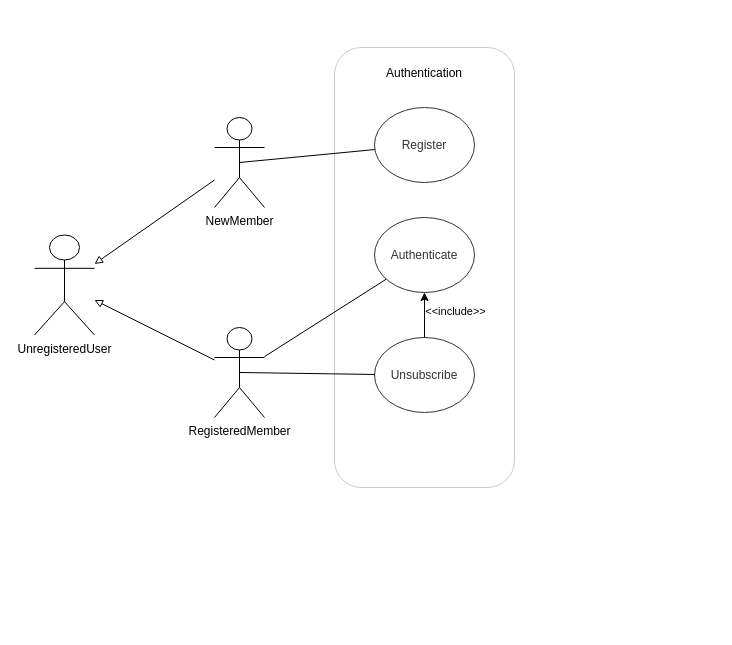
kunder93/cxn_back keeps this draw.io diagram as doc/Diagrams/CaseUse/Authentication.drawio. Above is the earlier version. Source tidied: cells renumbered, new cells numbered last; positions are measured from the earlier drawing's top-left corner, leaving out a move shared by most shapes. Both pictures are drawn from the tidied source at 100%, with x=0, y=0 at pixel (34, 47).
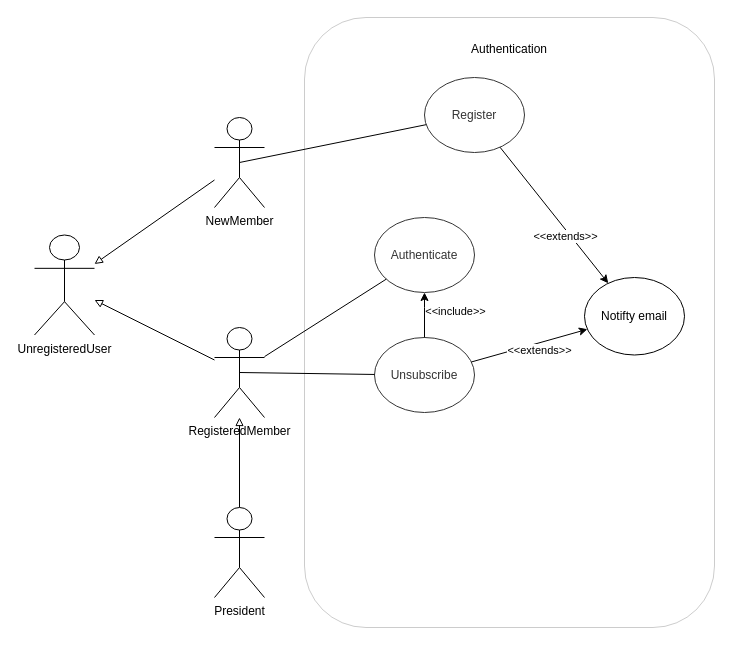
After the change.

Commit message (it also covers changes not shown here):
docs(diagram): fix UML use case diagrams involving email notification service

Unchanged cells that the change refers to:
```xml
<mxCell id="4" value="RegisteredMember" style="shape=umlActor;verticalLabelPosition=bottom;verticalAlign=top;html=1;outlineConnect=0;" parent="1" vertex="1">
  <mxGeometry x="180" y="280" width="50" height="90" as="geometry" />
</mxCell>
<mxCell id="8" value="Unsubscribe" style="ellipse;whiteSpace=wrap;html=1;" parent="1" vertex="1">
  <mxGeometry x="340" y="290" width="100" height="75" as="geometry" />
</mxCell>
<mxCell id="9" value="Authenticate" style="ellipse;whiteSpace=wrap;html=1;" parent="1" vertex="1">
  <mxGeometry x="340" y="170" width="100" height="75" as="geometry" />
</mxCell>
```

What changed in the source:
```diff
@@
     <mxCell id="7" value="Register" style="ellipse;whiteSpace=wrap;html=1;" parent="1" vertex="1">
-      <mxGeometry x="340" y="60" width="100" height="75" as="geometry" />
+      <mxGeometry x="390" y="30" width="100" height="75" as="geometry" />
     </mxCell>
@@
-    <mxCell id="10" value="&lt;div&gt;Authentication&lt;/div&gt;&lt;div&gt;&lt;br&gt;&lt;/div&gt;&lt;div&gt;&lt;br&gt;&lt;/div&gt;&lt;div&gt;&lt;br&gt;&lt;/div&gt;&lt;div&gt;&lt;br&gt;&lt;/div&gt;&lt;div&gt;&lt;br&gt;&lt;/div&gt;&lt;div&gt;&lt;br&gt;&lt;/div&gt;&lt;div&gt;&lt;br&gt;&lt;/div&gt;&lt;div&gt;&lt;br&gt;&lt;/div&gt;&lt;div&gt;&lt;br&gt;&lt;/div&gt;&lt;div&gt;&lt;br&gt;&lt;/div&gt;&lt;div&gt;&lt;br&gt;&lt;/div&gt;&lt;div&gt;&lt;br&gt;&lt;/div&gt;&lt;div&gt;&lt;br&gt;&lt;/div&gt;&lt;div&gt;&lt;br&gt;&lt;/div&gt;&lt;div&gt;&lt;br&gt;&lt;/div&gt;&lt;div&gt;&lt;br&gt;&lt;/div&gt;&lt;div&gt;&lt;br&gt;&lt;/div&gt;&lt;div&gt;&lt;br&gt;&lt;/div&gt;&lt;div&gt;&lt;br&gt;&lt;/div&gt;&lt;div&gt;&lt;br&gt;&lt;/div&gt;&lt;div&gt;&lt;br&gt;&lt;/div&gt;&lt;div&gt;&lt;br&gt;&lt;/div&gt;&lt;div&gt;&lt;br&gt;&lt;/div&gt;&lt;div&gt;&lt;br&gt;&lt;/div&gt;&lt;div&gt;&lt;br&gt;&lt;/div&gt;&lt;div&gt;&lt;br&gt;&lt;/div&gt;&lt;div&gt;&lt;br&gt;&lt;/div&gt;" style="rounded=1;whiteSpace=wrap;html=1;fillColor=default;strokeOpacity=20;fillOpacity=20;imageAspect=1;backgroundOutline=0;enumerate=0;" parent="1" vertex="1">
-      <mxGeometry x="300" width="180" height="440" as="geometry" />
+    <mxCell id="10" value="&lt;div&gt;Authentication&lt;/div&gt;&lt;div&gt;&lt;br&gt;&lt;/div&gt;&lt;div&gt;&lt;br&gt;&lt;/div&gt;&lt;div&gt;&lt;br&gt;&lt;/div&gt;&lt;div&gt;&lt;br&gt;&lt;/div&gt;&lt;div&gt;&lt;br&gt;&lt;/div&gt;&lt;div&gt;&lt;br&gt;&lt;/div&gt;&lt;div&gt;&lt;br&gt;&lt;/div&gt;&lt;div&gt;&lt;br&gt;&lt;/div&gt;&lt;div&gt;&lt;br&gt;&lt;/div&gt;&lt;div&gt;&lt;br&gt;&lt;/div&gt;&lt;div&gt;&lt;br&gt;&lt;/div&gt;&lt;div&gt;&lt;br&gt;&lt;/div&gt;&lt;div&gt;&lt;br&gt;&lt;/div&gt;&lt;div&gt;&lt;br&gt;&lt;/div&gt;&lt;div&gt;&lt;br&gt;&lt;/div&gt;&lt;div&gt;&lt;br&gt;&lt;/div&gt;&lt;div&gt;&lt;br&gt;&lt;/div&gt;&lt;div&gt;&lt;br&gt;&lt;/div&gt;&lt;div&gt;&lt;br&gt;&lt;/div&gt;&lt;div&gt;&lt;br&gt;&lt;/div&gt;&lt;div&gt;&lt;br&gt;&lt;/div&gt;&lt;div&gt;&lt;br&gt;&lt;/div&gt;&lt;div&gt;&lt;br&gt;&lt;/div&gt;&lt;div&gt;&lt;br&gt;&lt;/div&gt;&lt;div&gt;&lt;br&gt;&lt;/div&gt;&lt;div&gt;&lt;br&gt;&lt;/div&gt;&lt;div&gt;&lt;br&gt;&lt;/div&gt;&lt;div&gt;&lt;br&gt;&lt;/div&gt;&lt;div&gt;&lt;br&gt;&lt;/div&gt;&lt;div&gt;&lt;br&gt;&lt;/div&gt;&lt;div&gt;&lt;br&gt;&lt;/div&gt;&lt;div&gt;&lt;br&gt;&lt;/div&gt;&lt;div&gt;&lt;br&gt;&lt;/div&gt;&lt;div&gt;&lt;br&gt;&lt;/div&gt;&lt;div&gt;&lt;br&gt;&lt;/div&gt;&lt;div&gt;&lt;br&gt;&lt;/div&gt;&lt;div&gt;&lt;br&gt;&lt;/div&gt;&lt;div&gt;&lt;br&gt;&lt;/div&gt;" style="rounded=1;whiteSpace=wrap;html=1;fillColor=default;strokeOpacity=20;fillOpacity=20;imageAspect=1;backgroundOutline=0;enumerate=0;" parent="1" vertex="1">
+      <mxGeometry x="270" y="-30" width="410" height="610" as="geometry" />
     </mxCell>
     <mxCell id="11" style="endArrow=classic;html=1;rounded=0;" parent="1" edge="1" source="8" target="9">
-      <mxGeometry relative="1" as="geometry" />
+      <mxGeometry relative="1" as="geometry">
+        <Array as="points">
+          <mxPoint x="390" y="260" />
+        </Array>
+      </mxGeometry>
     </mxCell>
@@
+    <mxCell id="16" value="Notifty email" style="ellipse;whiteSpace=wrap;html=1;" parent="1" vertex="1">
+      <mxGeometry x="550" y="230" width="100" height="77.5" as="geometry" />
+    </mxCell>
+    <mxCell id="17" style="endArrow=classic;html=1;rounded=0;" parent="1" edge="1" source="8" target="16">
+      <mxGeometry relative="1" as="geometry" />
+    </mxCell>
+    <mxCell id="18" value="&amp;lt;&amp;lt;extends&amp;gt;&amp;gt;" style="edgeLabel;html=1;align=center;verticalAlign=middle;" parent="17" vertex="1">
+      <mxGeometry x="0.2" y="2" relative="1" as="geometry">
+        <mxPoint x="-1" y="9" as="offset" />
+      </mxGeometry>
+    </mxCell>
+    <mxCell id="19" style="endArrow=classic;html=1;rounded=0;" parent="1" edge="1" source="7" target="16">
+      <mxGeometry relative="1" as="geometry" />
+    </mxCell>
+    <mxCell id="20" value="&amp;lt;&amp;lt;extends&amp;gt;&amp;gt;" style="edgeLabel;html=1;align=center;verticalAlign=middle;" parent="19" vertex="1">
+      <mxGeometry x="0.2" y="2" relative="1" as="geometry">
+        <mxPoint x="-1" y="9" as="offset" />
+      </mxGeometry>
+    </mxCell>
+    <mxCell id="21" style="endArrow=block;html=1;rounded=0;strokeColor=default;flowAnimation=0;shadow=0;endFill=0;curved=0;targetPerimeterSpacing=0;sourcePerimeterSpacing=0;" parent="1" edge="1" target="4">
+      <mxGeometry relative="1" as="geometry">
+        <mxPoint x="205" y="460" as="sourcePoint" />
+      </mxGeometry>
+    </mxCell>
+    <mxCell id="22" value="President" style="shape=umlActor;verticalLabelPosition=bottom;verticalAlign=top;html=1;" parent="1" vertex="1">
+      <mxGeometry x="180" y="460" width="50" height="90" as="geometry" />
+    </mxCell>
```
